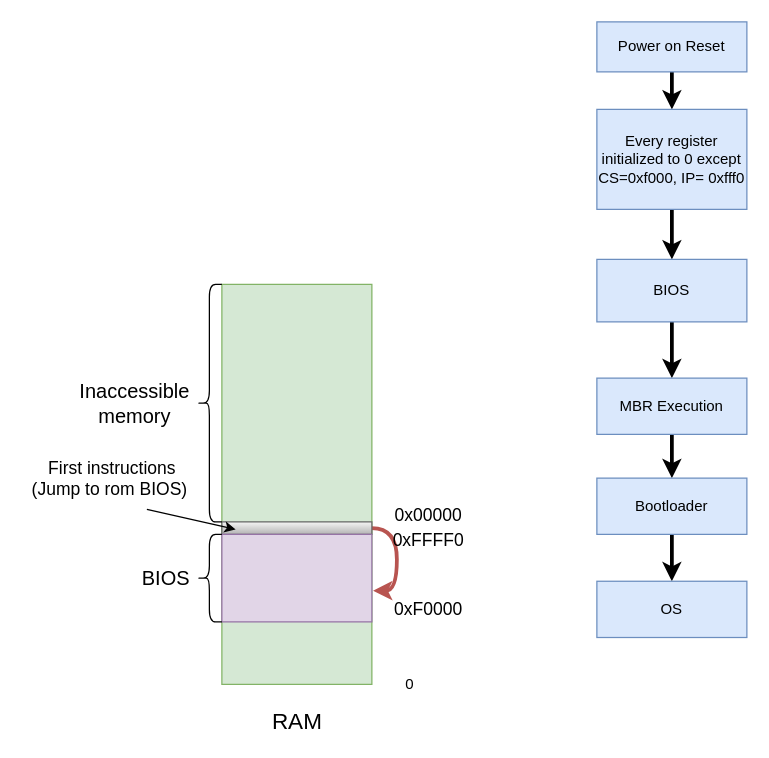
The draw.io diagram booting-1.drawio in estraining/diagram-store, before the edit. Source tidied: cells renumbered, new cells numbered last; positions are measured from the earlier drawing's top-left corner, leaving out a move shared by most shapes. Both pictures are drawn from the tidied source at 125%, with x=0, y=0 at pixel (21, 21).
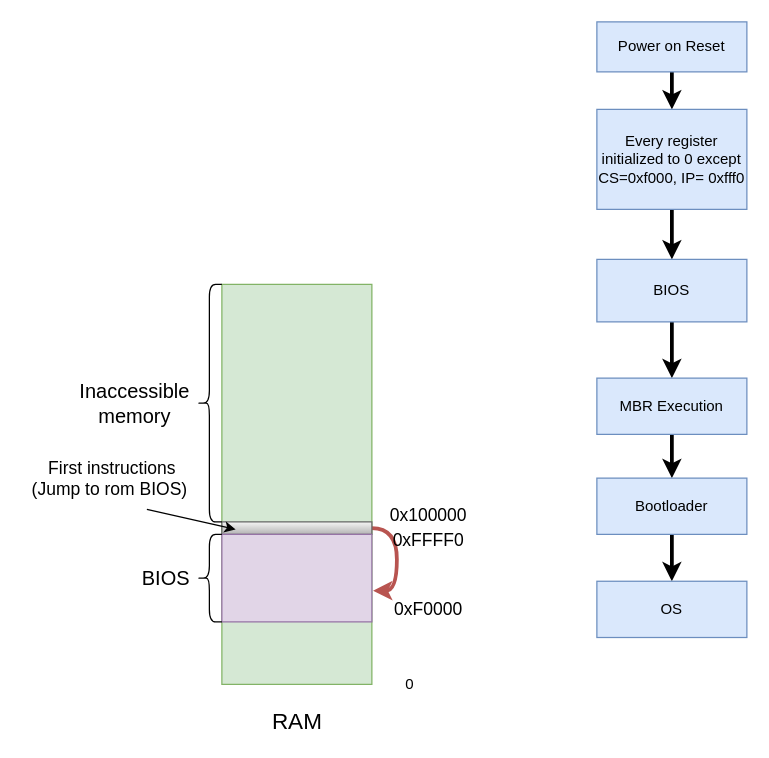
Above is the later version.

Diff of the diagram source:
```diff
@@
-    <mxCell id="12" value="&lt;font style=&quot;font-size: 14px&quot;&gt;0x00000&lt;/font&gt;" style="text;html=1;align=center;verticalAlign=middle;" parent="1" vertex="1">
-      <mxGeometry x="290" y="385" width="70" height="20" as="geometry" />
+    <mxCell id="12" value="&lt;font style=&quot;font-size: 14px&quot;&gt;0x100000&lt;/font&gt;" style="text;html=1;align=center;verticalAlign=middle;" parent="1" vertex="1">
+      <mxGeometry x="285" y="385" width="80" height="20" as="geometry" />
     </mxCell>
```
